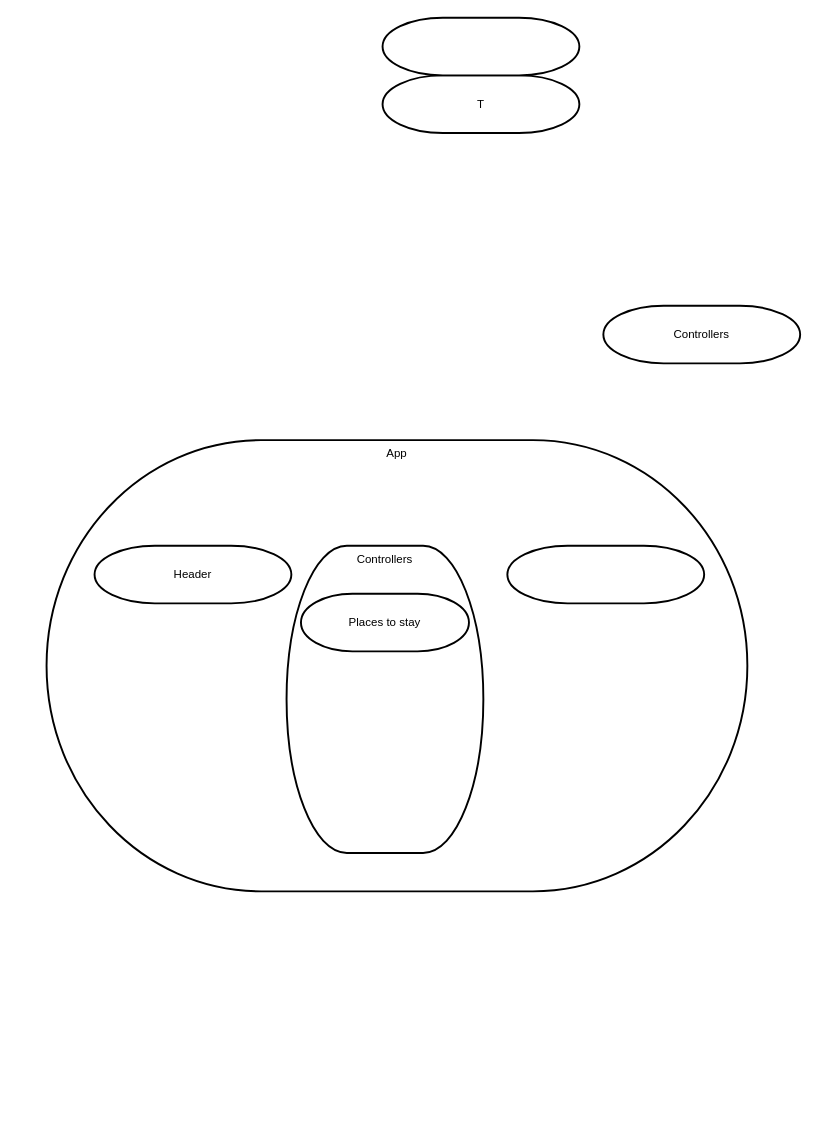
Earlier version of the draw.io diagram AirbnbClone.drawio (CristinaPlesa/airbnb-clone). Source tidied: cells renumbered, new cells numbered last; positions are measured from the earlier drawing's top-left corner, leaving out a move shared by most shapes. Both pictures are drawn from the tidied source at 96%, with x=0, y=0 at pixel (46, 17).
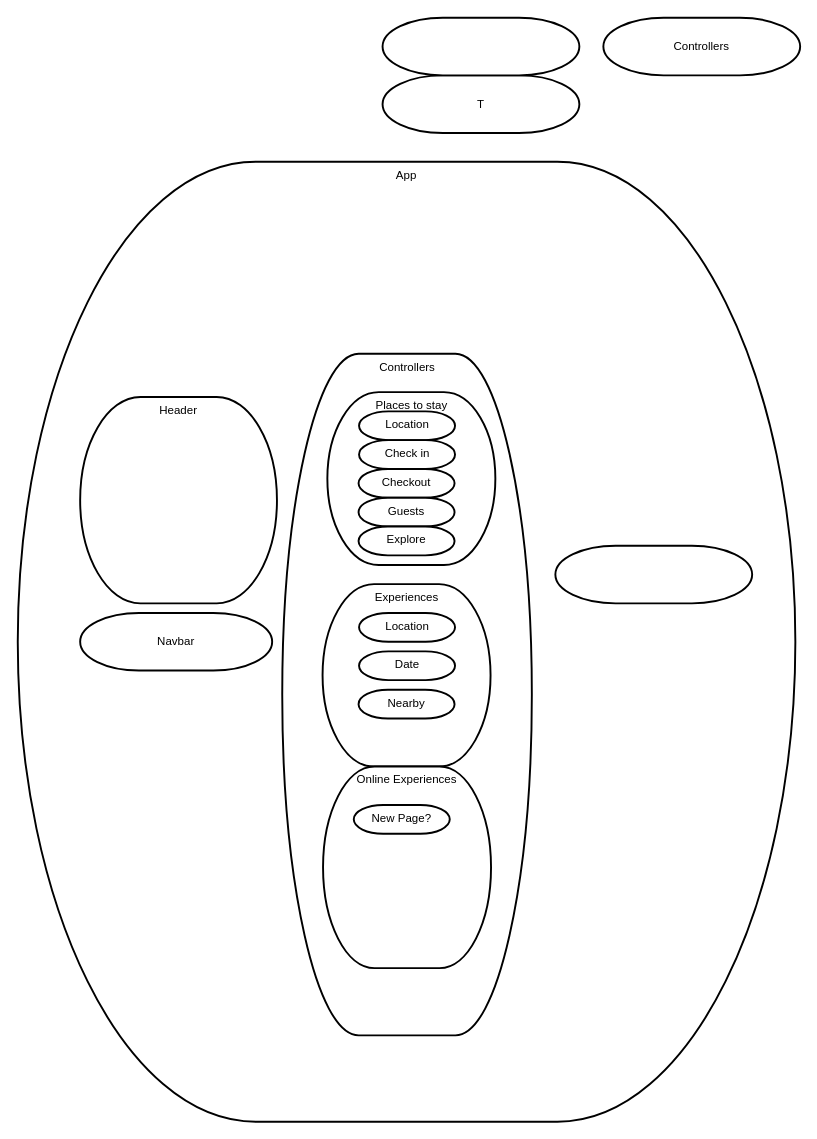
Above is the later version.

What changed in the source:
```diff
@@
     <mxCell id="4" value="App" style="strokeWidth=2;html=1;shape=mxgraph.flowchart.terminator;whiteSpace=wrap;verticalAlign=top;" parent="1" vertex="1">
-      <mxGeometry y="440" width="730" height="470" as="geometry" />
+      <mxGeometry x="-30" y="150" width="810" height="1000" as="geometry" />
     </mxCell>
     <mxCell id="5" value="Controllers" style="strokeWidth=2;html=1;shape=mxgraph.flowchart.terminator;whiteSpace=wrap;" parent="1" vertex="1">
-      <mxGeometry x="580" y="300" width="205" height="60" as="geometry" />
+      <mxGeometry x="580" width="205" height="60" as="geometry" />
     </mxCell>
-    <mxCell id="6" value="Header" style="strokeWidth=2;html=1;shape=mxgraph.flowchart.terminator;whiteSpace=wrap;" parent="1" vertex="1">
-      <mxGeometry x="50" y="550" width="205" height="60" as="geometry" />
+    <mxCell id="6" value="Header" style="strokeWidth=2;html=1;shape=mxgraph.flowchart.terminator;whiteSpace=wrap;verticalAlign=top;" parent="1" vertex="1">
+      <mxGeometry x="35" y="395" width="205" height="215" as="geometry" />
     </mxCell>
     <mxCell id="7" style="strokeWidth=2;html=1;shape=mxgraph.flowchart.terminator;whiteSpace=wrap;" parent="1" vertex="1">
-      <mxGeometry x="480" y="550" width="205" height="60" as="geometry" />
+      <mxGeometry x="530" y="550" width="205" height="60" as="geometry" />
     </mxCell>
     <mxCell id="8" value="Controllers" style="strokeWidth=2;html=1;shape=mxgraph.flowchart.terminator;whiteSpace=wrap;verticalAlign=top;" parent="1" vertex="1">
-      <mxGeometry x="250" y="550" width="205" height="320" as="geometry" />
+      <mxGeometry x="245.5" y="350" width="260" height="710" as="geometry" />
     </mxCell>
-    <mxCell id="9" value="Places to stay" style="strokeWidth=2;html=1;shape=mxgraph.flowchart.terminator;whiteSpace=wrap;" parent="1" vertex="1">
-      <mxGeometry x="265" y="600" width="175" height="60" as="geometry" />
+    <mxCell id="9" value="Places to stay" style="strokeWidth=2;html=1;shape=mxgraph.flowchart.terminator;whiteSpace=wrap;verticalAlign=top;" parent="1" vertex="1">
+      <mxGeometry x="292.5" y="390" width="175" height="180" as="geometry" />
     </mxCell>
+    <mxCell id="10" value="Experiences" style="strokeWidth=2;html=1;shape=mxgraph.flowchart.terminator;whiteSpace=wrap;verticalAlign=top;" parent="1" vertex="1">
+      <mxGeometry x="287.5" y="590" width="175" height="190" as="geometry" />
+    </mxCell>
+    <mxCell id="11" value="Online Experiences" style="strokeWidth=2;html=1;shape=mxgraph.flowchart.terminator;whiteSpace=wrap;verticalAlign=top;" parent="1" vertex="1">
+      <mxGeometry x="288" y="780" width="175" height="210" as="geometry" />
+    </mxCell>
+    <mxCell id="12" value="Navbar" style="strokeWidth=2;html=1;shape=mxgraph.flowchart.terminator;whiteSpace=wrap;" parent="1" vertex="1">
+      <mxGeometry x="35" y="620" width="200" height="60" as="geometry" />
+    </mxCell>
+    <mxCell id="13" value="Location" style="strokeWidth=2;html=1;shape=mxgraph.flowchart.terminator;whiteSpace=wrap;verticalAlign=top;" parent="1" vertex="1">
+      <mxGeometry x="325.5" y="410" width="100" height="30" as="geometry" />
+    </mxCell>
+    <mxCell id="14" value="Check in" style="strokeWidth=2;html=1;shape=mxgraph.flowchart.terminator;whiteSpace=wrap;verticalAlign=top;" parent="1" vertex="1">
+      <mxGeometry x="325.5" y="440" width="100" height="30" as="geometry" />
+    </mxCell>
+    <mxCell id="15" value="Checkout" style="strokeWidth=2;html=1;shape=mxgraph.flowchart.terminator;whiteSpace=wrap;verticalAlign=top;" parent="1" vertex="1">
+      <mxGeometry x="325" y="470" width="100" height="30" as="geometry" />
+    </mxCell>
+    <mxCell id="16" value="Guests" style="strokeWidth=2;html=1;shape=mxgraph.flowchart.terminator;whiteSpace=wrap;verticalAlign=top;" parent="1" vertex="1">
+      <mxGeometry x="325" y="500" width="100" height="30" as="geometry" />
+    </mxCell>
+    <mxCell id="17" value="Explore" style="strokeWidth=2;html=1;shape=mxgraph.flowchart.terminator;whiteSpace=wrap;verticalAlign=top;" parent="1" vertex="1">
+      <mxGeometry x="325" y="530" width="100" height="30" as="geometry" />
+    </mxCell>
+    <mxCell id="18" value="Location" style="strokeWidth=2;html=1;shape=mxgraph.flowchart.terminator;whiteSpace=wrap;verticalAlign=top;" parent="1" vertex="1">
+      <mxGeometry x="325.5" y="620" width="100" height="30" as="geometry" />
+    </mxCell>
+    <mxCell id="19" value="Date" style="strokeWidth=2;html=1;shape=mxgraph.flowchart.terminator;whiteSpace=wrap;verticalAlign=top;" parent="1" vertex="1">
+      <mxGeometry x="325.5" y="660" width="100" height="30" as="geometry" />
+    </mxCell>
+    <mxCell id="20" value="Nearby" style="strokeWidth=2;html=1;shape=mxgraph.flowchart.terminator;whiteSpace=wrap;verticalAlign=top;" parent="1" vertex="1">
+      <mxGeometry x="325" y="700" width="100" height="30" as="geometry" />
+    </mxCell>
+    <mxCell id="21" value="New Page?" style="strokeWidth=2;html=1;shape=mxgraph.flowchart.terminator;whiteSpace=wrap;verticalAlign=top;" parent="1" vertex="1">
+      <mxGeometry x="320" y="820" width="100" height="30" as="geometry" />
+    </mxCell>
```
